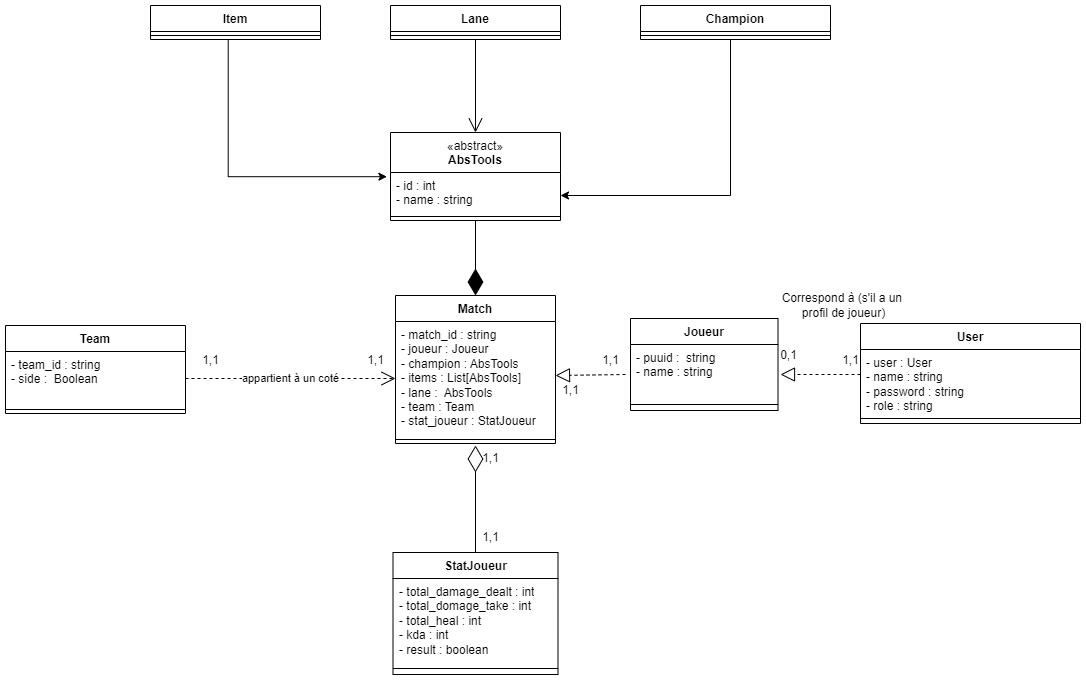
This is doc/League of legends.png from Niyo-D-JC/Outil-Analyse-LOL, a draw.io export, as it was before one commit. Source tidied: cells renumbered, new cells last; positions are measured from the earlier drawing's top-left corner, leaving out a move shared by most shapes.
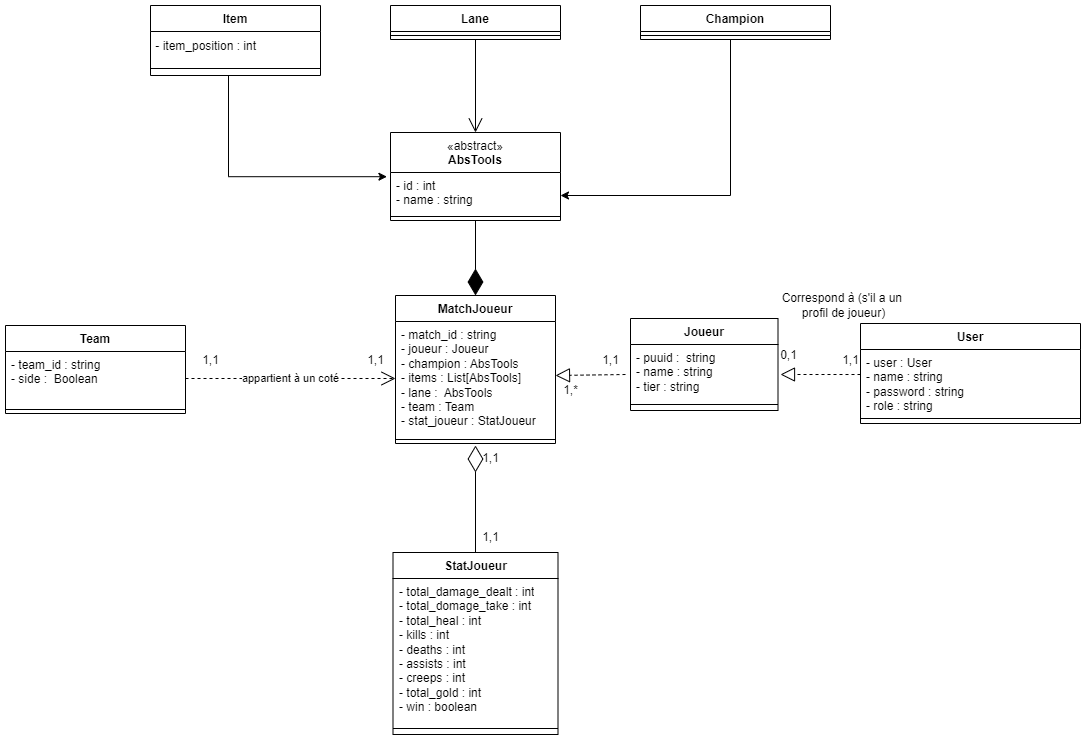
After the commit.

Change to the diagram source:
```diff
@@ -3,15 +3,15 @@
     <mxCell id="0" />
     <mxCell id="1" parent="0" />
     <mxCell id="2" value="StatJoueur" style="swimlane;fontStyle=1;align=center;verticalAlign=top;horizontal=1;startSize=26;whiteSpace=wrap;html=1;" parent="1" vertex="1">
-      <mxGeometry x="387.5" y="547" width="165" height="122" as="geometry" />
+      <mxGeometry x="387.5" y="547" width="165" height="182" as="geometry" />
     </mxCell>
-    <mxCell id="3" value="- total_damage_dealt : int&lt;br&gt;- total_domage_take : int&lt;br&gt;- total_heal : int&lt;br&gt;- kda : int&lt;br&gt;- result : boolean" style="text;strokeColor=none;fillColor=none;align=left;verticalAlign=top;spacingLeft=4;spacingRight=4;overflow=hidden;whiteSpace=wrap;html=1;" parent="2" vertex="1">
-      <mxGeometry y="26" width="165" height="84" as="geometry" />
+    <mxCell id="3" value="- total_damage_dealt : int&lt;br&gt;- total_domage_take : int&lt;br&gt;- total_heal : int&lt;br&gt;- kills : int&lt;br&gt;- deaths : int&lt;br&gt;- assists : int&lt;br&gt;-&amp;nbsp;creeps : int&lt;br&gt;-&amp;nbsp;total_gold : int&lt;br&gt;- win : boolean" style="text;strokeColor=none;fillColor=none;align=left;verticalAlign=top;spacingLeft=4;spacingRight=4;overflow=hidden;whiteSpace=wrap;html=1;" parent="2" vertex="1">
+      <mxGeometry y="26" width="165" height="144" as="geometry" />
     </mxCell>
     <mxCell id="4" style="line;strokeWidth=1;fillColor=none;align=left;verticalAlign=middle;spacingTop=-1;spacingLeft=3;spacingRight=3;labelPosition=right;strokeColor=inherit;" parent="2" vertex="1">
-      <mxGeometry y="110" width="165" height="12" as="geometry" />
+      <mxGeometry y="170" width="165" height="12" as="geometry" />
     </mxCell>
-    <mxCell id="5" value="Match" style="swimlane;fontStyle=1;align=center;verticalAlign=top;horizontal=1;startSize=26;whiteSpace=wrap;html=1;" parent="1" vertex="1">
+    <mxCell id="5" value="MatchJoueur" style="swimlane;fontStyle=1;align=center;verticalAlign=top;horizontal=1;startSize=26;whiteSpace=wrap;html=1;" parent="1" vertex="1">
       <mxGeometry x="390" y="290" width="160" height="148" as="geometry" />
     </mxCell>
     <mxCell id="6" value="- match_id : string&lt;br&gt;- joueur : Joueur&lt;br&gt;- champion : AbsTools&lt;br&gt;- items : List[AbsTools]&lt;br&gt;- lane :&amp;nbsp; AbsTools&lt;br&gt;- team : Team&lt;br&gt;- stat_joueur : StatJoueur" style="text;strokeColor=none;fillColor=none;align=left;verticalAlign=top;spacingLeft=4;spacingRight=4;overflow=hidden;points=[[0,0.5],[1,0.5]];portConstraint=eastwest;whiteSpace=wrap;html=1;" parent="5" vertex="1">
@@ -49,10 +49,13 @@
       </mxGeometry>
     </mxCell>
     <mxCell id="16" value="Item" style="swimlane;fontStyle=1;align=center;verticalAlign=top;horizontal=1;startSize=26;whiteSpace=wrap;html=1;" parent="1" vertex="1">
-      <mxGeometry x="145" width="170" height="34" as="geometry" />
+      <mxGeometry x="145" width="170" height="70" as="geometry" />
     </mxCell>
+    <mxCell id="43" value="&amp;nbsp;- item_position : int" style="text;html=1;align=left;verticalAlign=middle;strokeColor=none;fillColor=none;" parent="16" vertex="1">
+      <mxGeometry y="26" width="170" height="30" as="geometry" />
+    </mxCell>
     <mxCell id="17" style="line;strokeWidth=1;fillColor=none;align=left;verticalAlign=middle;spacingTop=-1;spacingLeft=3;spacingRight=3;labelPosition=right;strokeColor=inherit;" parent="16" vertex="1">
-      <mxGeometry y="26" width="170" height="8" as="geometry" />
+      <mxGeometry y="56" width="170" height="14" as="geometry" />
     </mxCell>
     <mxCell id="18" value="&lt;span style=&quot;font-weight: normal;&quot;&gt;«abstract»&lt;br style=&quot;border-color: var(--border-color);&quot;&gt;&lt;/span&gt;AbsTools" style="swimlane;fontStyle=1;align=center;verticalAlign=top;horizontal=1;startSize=40;whiteSpace=wrap;html=1;" parent="1" vertex="1">
       <mxGeometry x="385" y="127" width="170" height="88" as="geometry" />
@@ -65,7 +68,7 @@
     </mxCell>
     <mxCell id="21" style="edgeStyle=orthogonalEdgeStyle;rounded=0;jettySize=auto;html=1;entryX=-0.021;entryY=0.105;entryDx=0;entryDy=0;entryPerimeter=0;" parent="1" edge="1" target="19">
       <mxGeometry relative="1" as="geometry">
-        <mxPoint x="222.7" y="34" as="sourcePoint" />
+        <mxPoint x="223" y="70" as="sourcePoint" />
         <Array as="points">
           <mxPoint x="223" y="171" />
         </Array>
@@ -123,7 +126,7 @@
     <mxCell id="36" value="Joueur" style="swimlane;fontStyle=1;align=center;verticalAlign=top;horizontal=1;startSize=26;whiteSpace=wrap;html=1;" parent="1" vertex="1">
       <mxGeometry x="625" y="313" width="147.5" height="92" as="geometry" />
     </mxCell>
-    <mxCell id="37" value="- puuid :&amp;nbsp; string&lt;br&gt;- name : string" style="text;strokeColor=none;fillColor=none;align=left;verticalAlign=top;spacingLeft=4;spacingRight=4;overflow=hidden;whiteSpace=wrap;html=1;" parent="36" vertex="1">
+    <mxCell id="37" value="- puuid :&amp;nbsp; string&lt;br&gt;- name : string&lt;br&gt;- tier : string" style="text;strokeColor=none;fillColor=none;align=left;verticalAlign=top;spacingLeft=4;spacingRight=4;overflow=hidden;whiteSpace=wrap;html=1;" parent="36" vertex="1">
       <mxGeometry y="26" width="147.5" height="54" as="geometry" />
     </mxCell>
     <mxCell id="38" style="line;strokeWidth=1;fillColor=none;align=left;verticalAlign=middle;spacingTop=-1;spacingLeft=3;spacingRight=3;labelPosition=right;strokeColor=inherit;" parent="36" vertex="1">
@@ -138,7 +141,7 @@
         <mxPoint x="550" y="370" as="targetPoint" />
       </mxGeometry>
     </mxCell>
-    <mxCell id="41" value="1,1" style="text;html=1;align=center;verticalAlign=middle;strokeColor=none;fillColor=none;" parent="1" vertex="1">
+    <mxCell id="41" value="1,*" style="text;html=1;align=center;verticalAlign=middle;strokeColor=none;fillColor=none;" parent="1" vertex="1">
       <mxGeometry x="545" y="370" width="40" height="30" as="geometry" />
     </mxCell>
     <mxCell id="42" value="1,1" style="text;html=1;align=center;verticalAlign=middle;strokeColor=none;fillColor=none;" parent="1" vertex="1">
```
